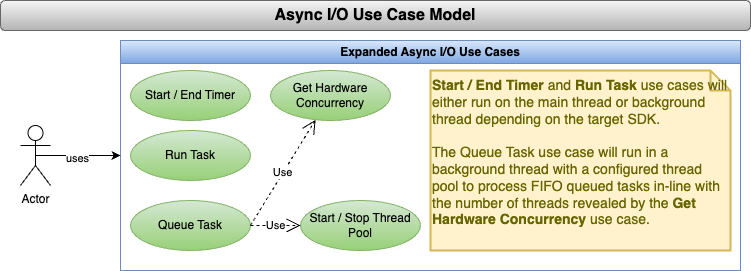
CodeMelted/codemelted_developer keeps this draw.io diagram as use_cases/assets/async/use-case-model.drawio.png. Above is the earlier version. Source tidied: cells renumbered, new cells last; positions are measured from the earlier drawing's top-left corner, leaving out a move shared by most shapes. The source it was exported from:
```xml
<mxGraphModel background="#ffffff">
  <root>
    <mxCell id="0" />
    <mxCell id="1" parent="0" />
    <mxCell id="2" value="Async I/O Use Case Model" style="rounded=1;whiteSpace=wrap;html=1;fillColor=#f5f5f5;gradientColor=#b3b3b3;strokeColor=#666666;fontStyle=1;fontSize=16;" parent="1" vertex="1">
      <mxGeometry width="750" height="30" as="geometry" />
    </mxCell>
    <mxCell id="3" value="Expanded Async I/O Use Cases" style="swimlane;whiteSpace=wrap;html=1;fillColor=#dae8fc;gradientColor=#7ea6e0;strokeColor=#6c8ebf;" parent="1" vertex="1">
      <mxGeometry x="120" y="40" width="620" height="230" as="geometry" />
    </mxCell>
    <mxCell id="4" value="Get Hardware Concurrency" style="ellipse;whiteSpace=wrap;html=1;fillColor=#d5e8d4;gradientColor=#97d077;strokeColor=#82b366;" parent="3" vertex="1">
      <mxGeometry x="150" y="30" width="120" height="50" as="geometry" />
    </mxCell>
    <mxCell id="5" value="Start / End Timer" style="ellipse;whiteSpace=wrap;html=1;fillColor=#d5e8d4;gradientColor=#97d077;strokeColor=#82b366;" parent="3" vertex="1">
      <mxGeometry x="10" y="30" width="120" height="50" as="geometry" />
    </mxCell>
    <mxCell id="6" value="Run Task" style="ellipse;whiteSpace=wrap;html=1;fillColor=#d5e8d4;gradientColor=#97d077;strokeColor=#82b366;" parent="3" vertex="1">
      <mxGeometry x="10" y="90" width="120" height="50" as="geometry" />
    </mxCell>
    <mxCell id="7" value="Start / Stop Thread Pool" style="ellipse;whiteSpace=wrap;html=1;fillColor=#d5e8d4;gradientColor=#97d077;strokeColor=#82b366;" parent="3" vertex="1">
      <mxGeometry x="180" y="160" width="120" height="50" as="geometry" />
    </mxCell>
    <mxCell id="8" value="Queue Task" style="ellipse;whiteSpace=wrap;html=1;fillColor=#d5e8d4;gradientColor=#97d077;strokeColor=#82b366;" parent="3" vertex="1">
      <mxGeometry x="10" y="160" width="120" height="50" as="geometry" />
    </mxCell>
    <mxCell id="9" value="&lt;b&gt;Start / End Timer&lt;/b&gt; and &lt;b&gt;Run Task&lt;/b&gt; use cases will either run on the main thread or background thread depending on the target SDK.&lt;div&gt;&lt;br&gt;&lt;/div&gt;&lt;div&gt;The Queue Task use case will run in a background thread with a configured thread pool to process FIFO queued tasks in-line with the number of threads revealed by the&lt;b&gt;&amp;nbsp;Get Hardware Concurrency&lt;/b&gt;&amp;nbsp;use case.&amp;nbsp;&amp;nbsp;&lt;/div&gt;" style="shape=note;strokeWidth=2;fontSize=14;size=20;whiteSpace=wrap;html=1;fillColor=#fff2cc;strokeColor=#d6b656;fontColor=#666600;align=left;verticalAlign=top;" parent="3" vertex="1">
      <mxGeometry x="310" y="30" width="300" height="180" as="geometry" />
    </mxCell>
    <mxCell id="10" value="Use" style="endArrow=open;endSize=12;dashed=1;html=1;rounded=0;exitX=1;exitY=0.5;exitDx=0;exitDy=0;entryX=0;entryY=0.5;entryDx=0;entryDy=0;" parent="3" edge="1" source="8" target="7">
      <mxGeometry relative="1" as="geometry" />
    </mxCell>
    <mxCell id="11" value="Use" style="endArrow=open;endSize=12;dashed=1;html=1;rounded=0;exitX=1;exitY=0.5;exitDx=0;exitDy=0;" parent="3" edge="1" source="8" target="4">
      <mxGeometry relative="1" as="geometry" />
    </mxCell>
    <mxCell id="12" style="edgeStyle=orthogonalEdgeStyle;rounded=0;jettySize=auto;html=1;exitX=0.5;exitY=0.5;exitDx=0;exitDy=0;exitPerimeter=0;entryX=0;entryY=0.5;entryDx=0;entryDy=0;" parent="1" edge="1" source="14" target="3">
      <mxGeometry relative="1" as="geometry" />
    </mxCell>
    <mxCell id="13" value="uses" style="edgeLabel;html=1;align=center;verticalAlign=middle;" parent="12" vertex="1">
      <mxGeometry x="-0.05" y="-2" relative="1" as="geometry" />
    </mxCell>
    <mxCell id="14" value="Actor" style="shape=umlActor;verticalLabelPosition=bottom;verticalAlign=top;html=1;outlineConnect=0;" parent="1" vertex="1">
      <mxGeometry x="20" y="125" width="30" height="60" as="geometry" />
    </mxCell>
  </root>
</mxGraphModel>
```
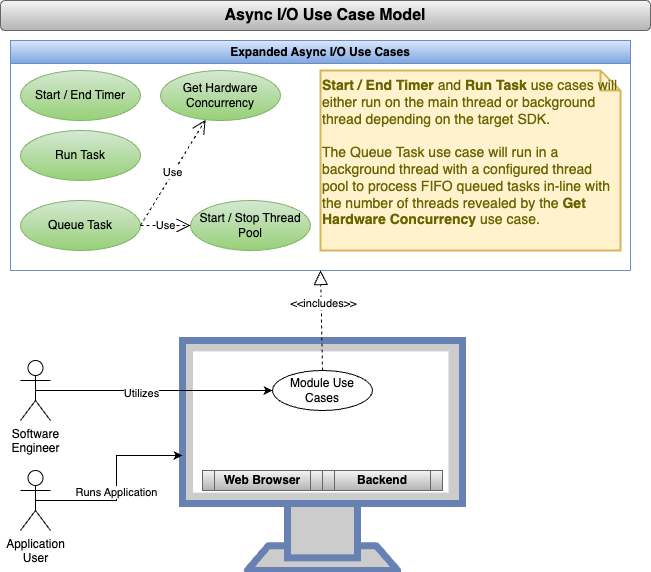
The same file after the commit.

Diff of the diagram source:
```diff
@@ -2,11 +2,14 @@
   <root>
     <mxCell id="0" />
     <mxCell id="1" parent="0" />
+    <mxCell id="15" style="fontColor=#0066CC;verticalAlign=top;verticalLabelPosition=bottom;labelPosition=center;align=center;html=1;outlineConnect=0;fillColor=#CCCCCC;strokeColor=#6881B3;gradientColor=none;gradientDirection=north;strokeWidth=2;shape=mxgraph.networks.monitor;" parent="1" vertex="1">
+      <mxGeometry x="182" y="340" width="280" height="230" as="geometry" />
+    </mxCell>
     <mxCell id="2" value="Async I/O Use Case Model" style="rounded=1;whiteSpace=wrap;html=1;fillColor=#f5f5f5;gradientColor=#b3b3b3;strokeColor=#666666;fontStyle=1;fontSize=16;" parent="1" vertex="1">
-      <mxGeometry width="750" height="30" as="geometry" />
+      <mxGeometry width="650" height="30" as="geometry" />
     </mxCell>
     <mxCell id="3" value="Expanded Async I/O Use Cases" style="swimlane;whiteSpace=wrap;html=1;fillColor=#dae8fc;gradientColor=#7ea6e0;strokeColor=#6c8ebf;" parent="1" vertex="1">
-      <mxGeometry x="120" y="40" width="620" height="230" as="geometry" />
+      <mxGeometry x="10" y="40" width="620" height="230" as="geometry" />
     </mxCell>
     <mxCell id="4" value="Get Hardware Concurrency" style="ellipse;whiteSpace=wrap;html=1;fillColor=#d5e8d4;gradientColor=#97d077;strokeColor=#82b366;" parent="3" vertex="1">
       <mxGeometry x="150" y="30" width="120" height="50" as="geometry" />
@@ -32,14 +35,41 @@
     <mxCell id="11" value="Use" style="endArrow=open;endSize=12;dashed=1;html=1;rounded=0;exitX=1;exitY=0.5;exitDx=0;exitDy=0;" parent="3" edge="1" source="8" target="4">
       <mxGeometry relative="1" as="geometry" />
     </mxCell>
-    <mxCell id="12" style="edgeStyle=orthogonalEdgeStyle;rounded=0;jettySize=auto;html=1;exitX=0.5;exitY=0.5;exitDx=0;exitDy=0;exitPerimeter=0;entryX=0;entryY=0.5;entryDx=0;entryDy=0;" parent="1" edge="1" source="14" target="3">
-      <mxGeometry relative="1" as="geometry" />
-    </mxCell>
-    <mxCell id="13" value="uses" style="edgeLabel;html=1;align=center;verticalAlign=middle;" parent="12" vertex="1">
-      <mxGeometry x="-0.05" y="-2" relative="1" as="geometry" />
-    </mxCell>
+    <mxCell id="16" value="Module Use Cases" style="ellipse;whiteSpace=wrap;html=1;" parent="1" vertex="1">
+      <mxGeometry x="272" y="370" width="100" height="40" as="geometry" />
+    </mxCell>
+    <mxCell id="17" style="edgeStyle=orthogonalEdgeStyle;rounded=0;jettySize=auto;html=1;exitX=0.5;exitY=0.5;exitDx=0;exitDy=0;exitPerimeter=0;entryX=0;entryY=0.5;entryDx=0;entryDy=0;" parent="1" edge="1" source="14" target="16">
+      <mxGeometry relative="1" as="geometry" />
+    </mxCell>
+    <mxCell id="18" value="Utilizes" style="edgeLabel;html=1;align=center;verticalAlign=middle;" parent="17" vertex="1">
+      <mxGeometry x="-0.12" y="-2" relative="1" as="geometry" />
+    </mxCell>
-    <mxCell id="14" value="Actor" style="shape=umlActor;verticalLabelPosition=bottom;verticalAlign=top;html=1;outlineConnect=0;" parent="1" vertex="1">
-      <mxGeometry x="20" y="125" width="30" height="60" as="geometry" />
+    <mxCell id="14" value="Software&lt;br&gt;Engineer" style="shape=umlActor;verticalLabelPosition=bottom;verticalAlign=top;html=1;outlineConnect=0;" parent="1" vertex="1">
+      <mxGeometry x="20" y="360" width="30" height="60" as="geometry" />
     </mxCell>
+    <mxCell id="19" style="edgeStyle=orthogonalEdgeStyle;rounded=0;jettySize=auto;html=1;exitX=0.5;exitY=0.5;exitDx=0;exitDy=0;exitPerimeter=0;" parent="1" edge="1" source="21" target="15">
+      <mxGeometry relative="1" as="geometry" />
+    </mxCell>
+    <mxCell id="20" value="Runs Application" style="edgeLabel;html=1;align=center;verticalAlign=middle;" parent="19" vertex="1">
+      <mxGeometry x="-0.06" y="1" relative="1" as="geometry" />
+    </mxCell>
+    <mxCell id="21" value="Application&lt;br&gt;User" style="shape=umlActor;verticalLabelPosition=bottom;verticalAlign=top;html=1;" parent="1" vertex="1">
+      <mxGeometry x="20" y="470" width="30" height="60" as="geometry" />
+    </mxCell>
+    <mxCell id="22" style="group;" parent="1" vertex="1">
+      <mxGeometry x="202" y="470" width="240" height="20" as="geometry" />
+    </mxCell>
+    <mxCell id="23" value="Web Browser" style="shape=process;whiteSpace=wrap;html=1;backgroundOutline=1;fontStyle=1;fillColor=#f5f5f5;strokeColor=#666666;gradientColor=#b3b3b3;" parent="22" vertex="1">
+      <mxGeometry width="120" height="20" as="geometry" />
+    </mxCell>
+    <mxCell id="24" value="Backend" style="shape=process;whiteSpace=wrap;html=1;backgroundOutline=1;fontStyle=1;fillColor=#f5f5f5;strokeColor=#666666;gradientColor=#b3b3b3;" parent="22" vertex="1">
+      <mxGeometry x="120" width="120" height="20" as="geometry" />
+    </mxCell>
+    <mxCell id="25" style="endArrow=block;dashed=1;endFill=0;endSize=12;html=1;rounded=0;exitX=0.5;exitY=0;exitDx=0;exitDy=0;entryX=0.5;entryY=1;entryDx=0;entryDy=0;" parent="1" edge="1" source="16" target="3">
+      <mxGeometry relative="1" as="geometry" />
+    </mxCell>
+    <mxCell id="26" value="&amp;lt;&amp;lt;includes&amp;gt;&amp;gt;" style="edgeLabel;html=1;align=center;verticalAlign=middle;" parent="25" vertex="1">
+      <mxGeometry x="0.34" y="-2" relative="1" as="geometry" />
+    </mxCell>
   </root>
 </mxGraphModel>
```
